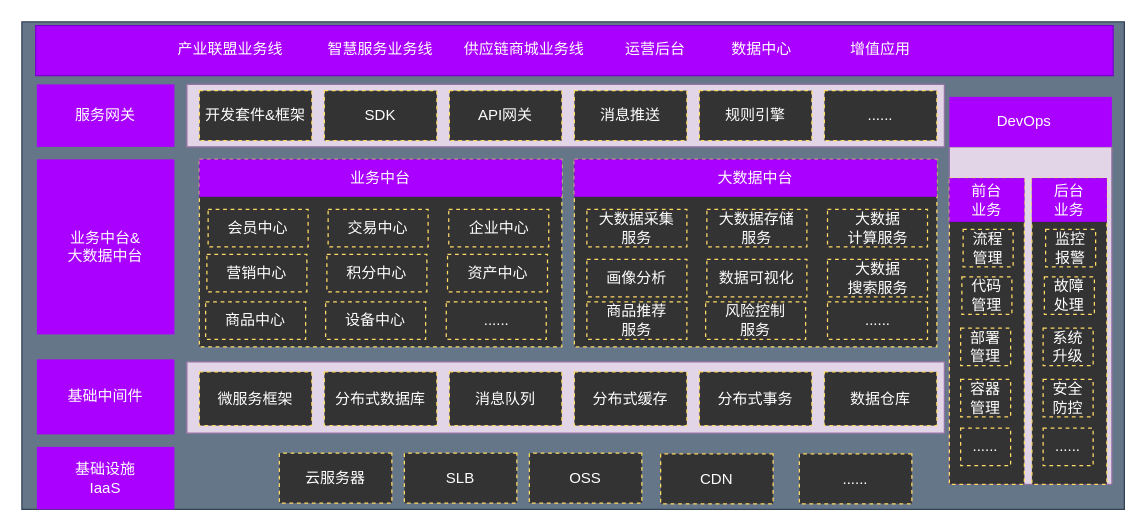
Before: page "tek" (3 of 5) of cgc/cgc-framework.drawio in kinvensan/drawio, a draw.io diagram. Source tidied: cells renumbered, new cells numbered last; positions are measured from the earlier drawing's top-left corner, leaving out a move shared by most shapes. Both pictures are drawn from the tidied source at 125%, with x=0, y=0 at pixel (21, 21).
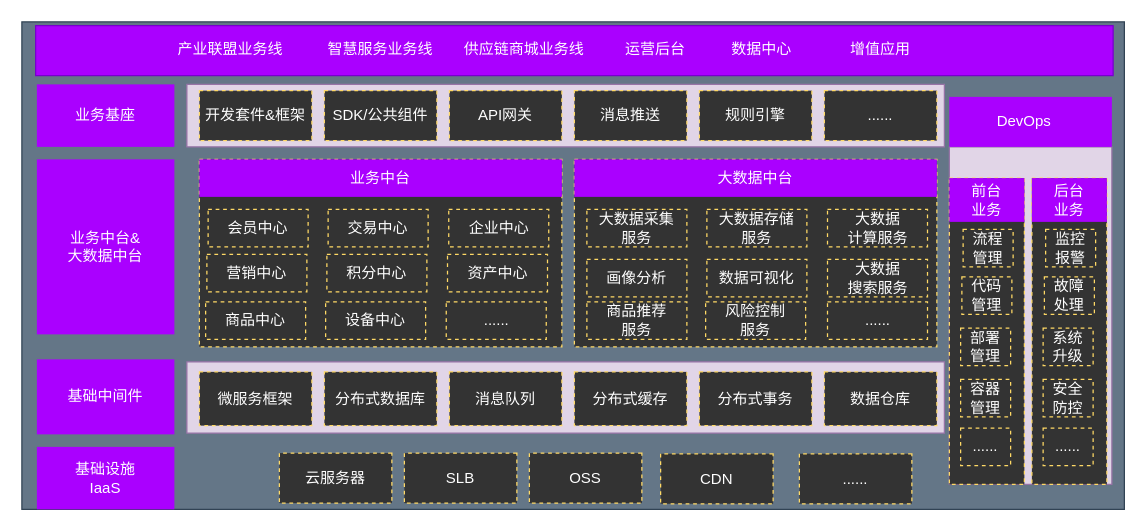
The same diagram, later.

Change to the diagram source:
```diff
@@
-    <mxCell id="4" value="服务网关" style="rounded=0;whiteSpace=wrap;html=1;strokeColor=none;fontColor=#ffffff;fillColor=#aa00ff;" parent="1" vertex="1">
+    <mxCell id="4" value="业务基座" style="rounded=0;whiteSpace=wrap;html=1;strokeColor=none;fontColor=#ffffff;fillColor=#aa00ff;" parent="1" vertex="1">
       <mxGeometry x="12" y="50" width="110" height="50" as="geometry" />
     </mxCell>
@@
-    <mxCell id="39" value="SDK" style="rounded=0;whiteSpace=wrap;html=1;strokeColor=#FFD966;fontColor=#FFFFFF;fillColor=#333333;dashed=1;" parent="1" vertex="1">
+    <mxCell id="39" value="SDK/公共组件" style="rounded=0;whiteSpace=wrap;html=1;strokeColor=#FFD966;fontColor=#FFFFFF;fillColor=#333333;dashed=1;" parent="1" vertex="1">
       <mxGeometry x="242" y="55" width="90" height="40" as="geometry" />
     </mxCell>
```
